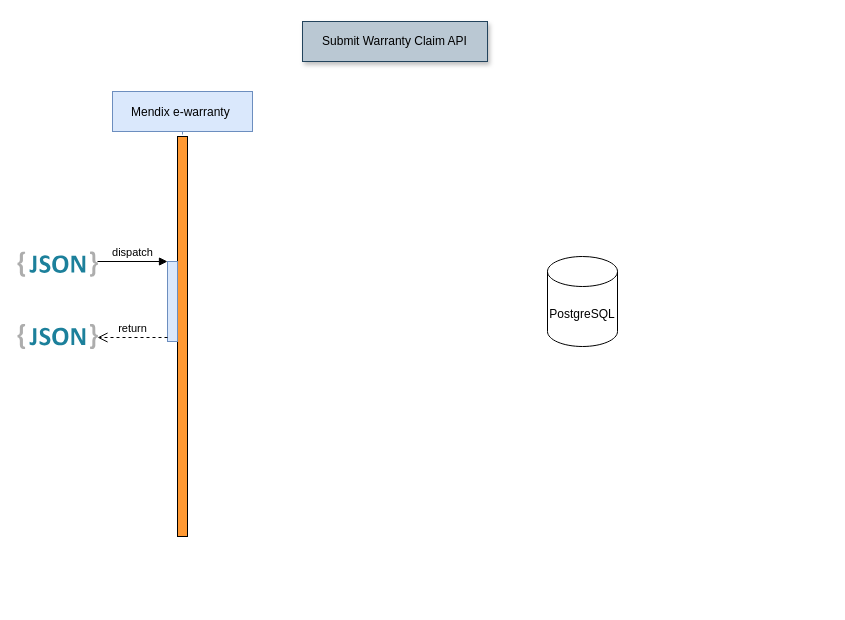
MrMetalAddict/Retail-Mon keeps this draw.io diagram as Untitled Diagram.drawio. Above is the earlier version. Source tidied: cells renumbered, new cells numbered last; positions are measured from the earlier drawing's top-left corner, leaving out a move shared by most shapes. Both pictures are drawn from the tidied source at 100%, with x=0, y=0 at pixel (17, 21).
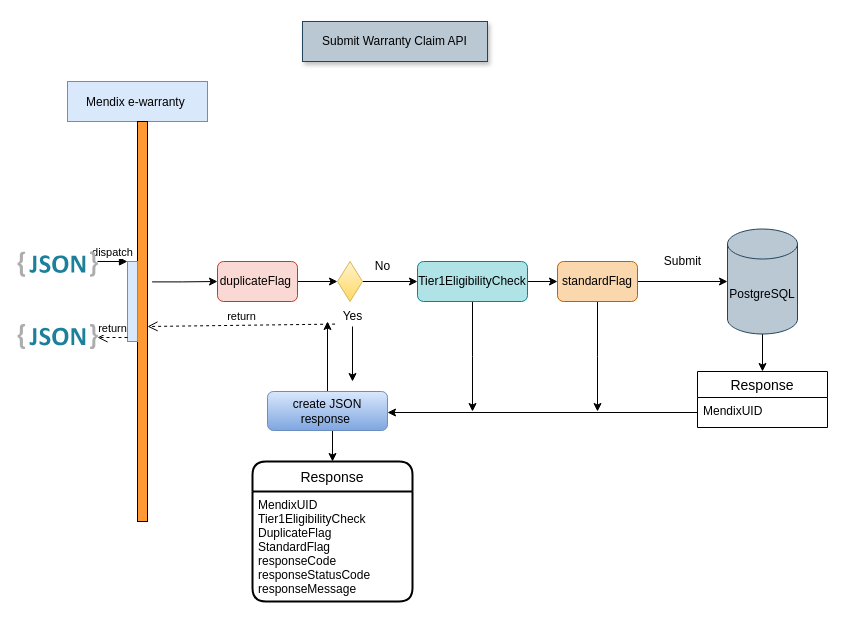
After the change.

What changed in the source:
```diff
@@
     <mxCell id="2" value="Mendix e-warranty " style="shape=umlLifeline;perimeter=lifelinePerimeter;rounded=0;shadow=0;strokeWidth=1;fillColor=#dae8fc;strokeColor=#6c8ebf;" parent="1" vertex="1">
-      <mxGeometry x="95" y="70" width="140" height="440" as="geometry" />
+      <mxGeometry x="50" y="60" width="140" height="440" as="geometry" />
     </mxCell>
+    <mxCell id="6" style="points=[];perimeter=orthogonalPerimeter;rounded=0;shadow=0;strokeWidth=1;fillColor=#FF9933;" parent="2" vertex="1">
+      <mxGeometry x="70" y="40" width="10" height="400" as="geometry" />
+    </mxCell>
@@
+    <mxCell id="12" style="edgeStyle=orthogonalEdgeStyle;rounded=0;jettySize=auto;html=1;" parent="1" edge="1" source="5">
+      <mxGeometry relative="1" as="geometry">
+        <mxPoint x="745" y="350" as="targetPoint" />
+      </mxGeometry>
+    </mxCell>
-    <mxCell id="5" value="PostgreSQL" style="shape=cylinder3;whiteSpace=wrap;html=1;boundedLbl=1;backgroundOutline=1;size=15;" parent="1" vertex="1">
-      <mxGeometry x="530" y="235" width="70" height="90" as="geometry" />
+    <mxCell id="5" value="PostgreSQL" style="shape=cylinder3;whiteSpace=wrap;html=1;boundedLbl=1;backgroundOutline=1;size=15;fillColor=#bac8d3;strokeColor=#23445d;" parent="1" vertex="1">
+      <mxGeometry x="710" y="207.5" width="70" height="105" as="geometry" />
     </mxCell>
-    <mxCell id="6" style="points=[];perimeter=orthogonalPerimeter;rounded=0;shadow=0;strokeWidth=1;fillColor=#FF9933;" parent="1" vertex="1">
-      <mxGeometry x="160" y="115" width="10" height="400" as="geometry" />
-    </mxCell>
+    <mxCell id="13" style="edgeStyle=orthogonalEdgeStyle;rounded=0;jettySize=auto;html=1;entryX=0;entryY=0.5;entryDx=0;entryDy=0;exitX=1.46;exitY=0.401;exitDx=0;exitDy=0;exitPerimeter=0;" parent="1" edge="1" source="6" target="18">
+      <mxGeometry relative="1" as="geometry" />
+    </mxCell>
     <mxCell id="7" style="html=1;points=[];perimeter=orthogonalPerimeter;fillColor=#dae8fc;strokeColor=#6c8ebf;" parent="1" vertex="1">
-      <mxGeometry x="150" y="240" width="10" height="80" as="geometry" />
+      <mxGeometry x="110" y="240" width="10" height="80" as="geometry" />
     </mxCell>
@@
+    <mxCell id="14" style="edgeStyle=orthogonalEdgeStyle;rounded=0;jettySize=auto;html=1;" parent="1" edge="1" source="16" target="21">
+      <mxGeometry relative="1" as="geometry">
+        <Array as="points">
+          <mxPoint x="540" y="260" />
+          <mxPoint x="540" y="260" />
+        </Array>
+      </mxGeometry>
+    </mxCell>
+    <mxCell id="15" style="edgeStyle=orthogonalEdgeStyle;rounded=0;jettySize=auto;html=1;" parent="1" edge="1" source="16">
+      <mxGeometry relative="1" as="geometry">
+        <mxPoint x="455" y="390" as="targetPoint" />
+      </mxGeometry>
+    </mxCell>
+    <mxCell id="16" value="Tier1EligibilityCheck" style="rounded=1;whiteSpace=wrap;html=1;fillColor=#b0e3e6;strokeColor=#0e8088;" parent="1" vertex="1">
+      <mxGeometry x="400" y="240" width="110" height="40" as="geometry" />
+    </mxCell>
+    <mxCell id="17" style="edgeStyle=orthogonalEdgeStyle;rounded=0;jettySize=auto;html=1;exitX=1;exitY=0.5;exitDx=0;exitDy=0;entryX=0;entryY=0.5;entryDx=0;entryDy=0;" parent="1" edge="1" source="18" target="23">
+      <mxGeometry relative="1" as="geometry" />
+    </mxCell>
+    <mxCell id="18" value="duplicateFlag&amp;nbsp;" style="rounded=1;whiteSpace=wrap;html=1;fillColor=#fad9d5;strokeColor=#ae4132;" parent="1" vertex="1">
+      <mxGeometry x="200" y="240" width="80" height="40" as="geometry" />
+    </mxCell>
+    <mxCell id="19" style="edgeStyle=orthogonalEdgeStyle;rounded=0;jettySize=auto;html=1;exitX=1;exitY=0.5;exitDx=0;exitDy=0;entryX=0;entryY=0.5;entryDx=0;entryDy=0;entryPerimeter=0;" parent="1" edge="1" source="21" target="5">
+      <mxGeometry relative="1" as="geometry" />
+    </mxCell>
+    <mxCell id="20" style="edgeStyle=orthogonalEdgeStyle;rounded=0;jettySize=auto;html=1;" parent="1" edge="1" source="21">
+      <mxGeometry relative="1" as="geometry">
+        <mxPoint x="580" y="390" as="targetPoint" />
+      </mxGeometry>
+    </mxCell>
+    <mxCell id="21" value="standardFlag" style="rounded=1;whiteSpace=wrap;html=1;fillColor=#fad7ac;strokeColor=#b46504;" parent="1" vertex="1">
+      <mxGeometry x="540" y="240" width="80" height="40" as="geometry" />
+    </mxCell>
+    <mxCell id="22" style="edgeStyle=orthogonalEdgeStyle;rounded=0;jettySize=auto;html=1;" parent="1" edge="1" source="23">
+      <mxGeometry relative="1" as="geometry">
+        <mxPoint x="400" y="260" as="targetPoint" />
+      </mxGeometry>
+    </mxCell>
+    <mxCell id="23" style="rhombus;whiteSpace=wrap;html=1;gradientColor=#ffd966;fillColor=#fff2cc;strokeColor=#d6b656;" parent="1" vertex="1">
+      <mxGeometry x="320" y="240" width="25" height="40" as="geometry" />
+    </mxCell>
+    <mxCell id="24" style="edgeStyle=orthogonalEdgeStyle;rounded=0;jettySize=auto;html=1;" parent="1" edge="1" source="25">
+      <mxGeometry relative="1" as="geometry">
+        <mxPoint x="335" y="360" as="targetPoint" />
+      </mxGeometry>
+    </mxCell>
+    <mxCell id="25" value="Yes" style="text;html=1;align=center;verticalAlign=middle;points=[];" parent="1" vertex="1">
+      <mxGeometry x="320" y="285" width="30" height="20" as="geometry" />
+    </mxCell>
+    <mxCell id="26" value="No" style="text;html=1;align=center;verticalAlign=middle;" parent="1" vertex="1">
+      <mxGeometry x="350" y="235.2" width="30" height="20" as="geometry" />
+    </mxCell>
+    <mxCell id="27" value="return" style="html=1;verticalAlign=bottom;endArrow=open;dashed=1;endSize=8;exitX=-0.08;exitY=0.88;exitDx=0;exitDy=0;exitPerimeter=0;" parent="1" edge="1" source="25">
+      <mxGeometry relative="1" as="geometry">
+        <mxPoint x="130" y="305" as="targetPoint" />
+      </mxGeometry>
+    </mxCell>
+    <mxCell id="28" value="Submit" style="text;html=1;align=center;verticalAlign=middle;" parent="1" vertex="1">
+      <mxGeometry x="640" y="230" width="50" height="20" as="geometry" />
+    </mxCell>
+    <mxCell id="29" value="Response" style="swimlane;fontStyle=0;horizontal=1;startSize=26;align=center;fontSize=14;" parent="1" vertex="1">
+      <mxGeometry x="680" y="350" width="130" height="56" as="geometry" />
+    </mxCell>
+    <mxCell id="30" value="MendixUID" style="text;strokeColor=none;fillColor=none;spacingLeft=4;spacingRight=4;overflow=hidden;points=[[0,0.5],[1,0.5]];portConstraint=eastwest;fontSize=12;" parent="29" vertex="1">
+      <mxGeometry y="26" width="130" height="30" as="geometry" />
+    </mxCell>
+    <mxCell id="31" style="edgeStyle=orthogonalEdgeStyle;rounded=0;jettySize=auto;html=1;entryX=1;entryY=0.75;entryDx=0;entryDy=0;" parent="1" edge="1" source="30">
+      <mxGeometry relative="1" as="geometry">
+        <mxPoint x="370" y="391" as="targetPoint" />
+      </mxGeometry>
+    </mxCell>
+    <mxCell id="32" value="Response" style="swimlane;horizontal=1;startSize=30;rounded=1;fontSize=14;fontStyle=0;strokeWidth=2;shadow=0;dashed=0;align=center;" parent="1" vertex="1">
+      <mxGeometry x="235" y="440" width="160" height="140" as="geometry" />
+    </mxCell>
+    <mxCell id="33" value="MendixUID&#10;Tier1EligibilityCheck&#10;DuplicateFlag &#10;StandardFlag&#10;responseCode&#10;responseStatusCode&#10;responseMessage" style="align=left;strokeColor=none;fillColor=none;spacingLeft=4;fontSize=12;verticalAlign=top;" parent="32" vertex="1">
+      <mxGeometry y="30" width="160" height="110" as="geometry" />
+    </mxCell>
+    <mxCell id="34" style="edgeStyle=orthogonalEdgeStyle;rounded=0;jettySize=auto;html=1;exitX=0.5;exitY=1;exitDx=0;exitDy=0;entryX=0.5;entryY=0;entryDx=0;entryDy=0;" parent="1" edge="1" source="36" target="32">
+      <mxGeometry relative="1" as="geometry" />
+    </mxCell>
+    <mxCell id="35" style="edgeStyle=orthogonalEdgeStyle;rounded=0;jettySize=auto;html=1;" parent="1" edge="1" source="36">
+      <mxGeometry relative="1" as="geometry">
+        <mxPoint x="310" y="300" as="targetPoint" />
+      </mxGeometry>
+    </mxCell>
+    <mxCell id="36" value="create JSON response&amp;nbsp;" style="rounded=1;whiteSpace=wrap;html=1;gradientColor=#7ea6e0;fillColor=#dae8fc;strokeColor=#6c8ebf;" parent="1" vertex="1">
+      <mxGeometry x="250" y="370" width="120" height="39" as="geometry" />
+    </mxCell>
```
